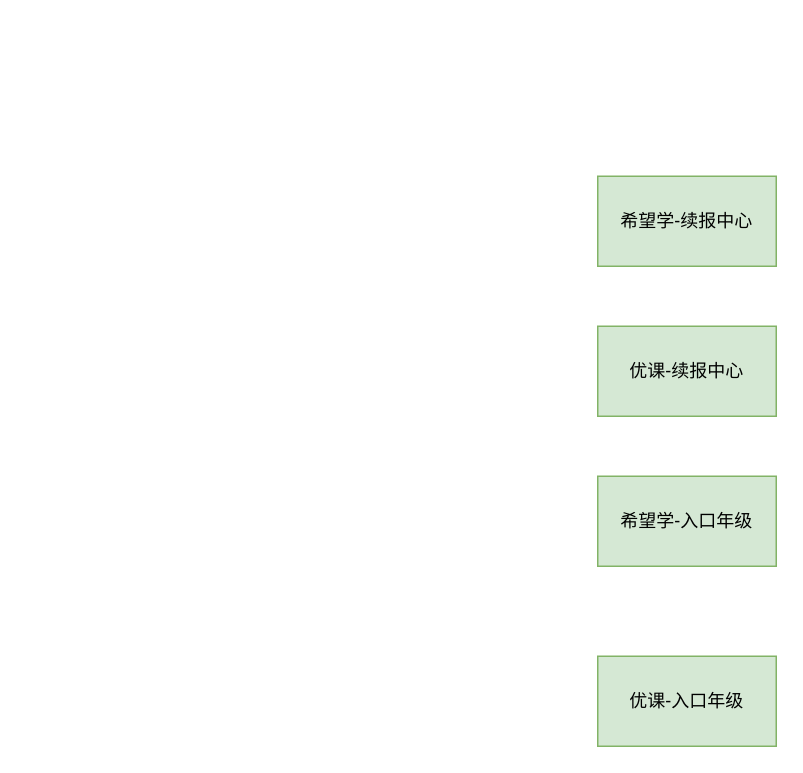
The draw.io diagram xiwang/续报链路.drawio in LanSeTianYe/draw, before the edit. Source tidied: cells renumbered, new cells numbered last; positions are measured from the earlier drawing's top-left corner, leaving out a move shared by most shapes. Both pictures are drawn from the tidied source at 150%, with x=0, y=0 at pixel (597, 176).
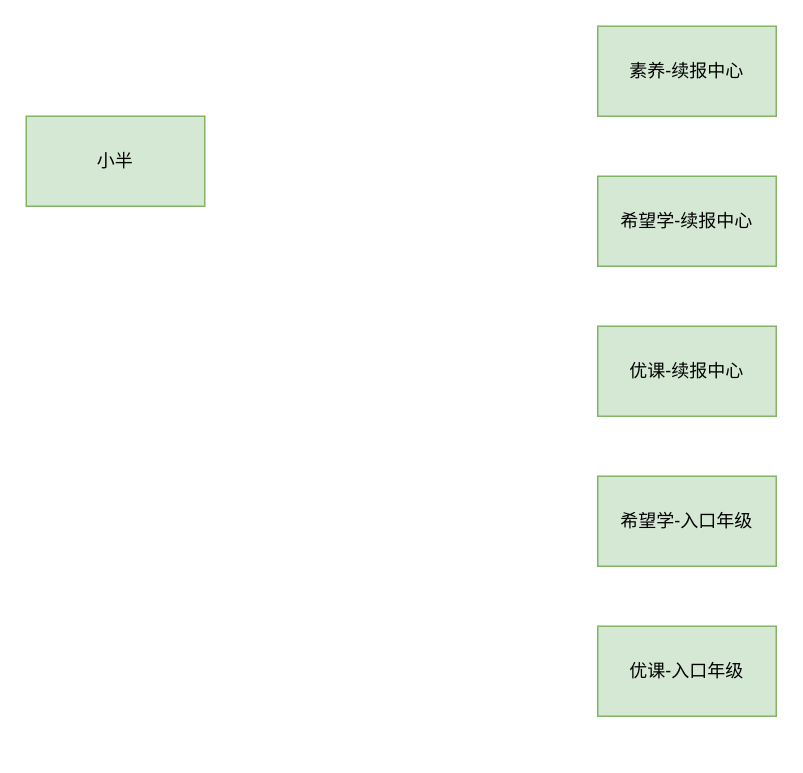
The same diagram, later.

Commit message (it also covers changes not shown here):
更新续报链路.drawio

What changed in the source:
```diff
@@
 <mxGraphModel>
   <root>
     <mxCell id="0" />
     <mxCell id="1" parent="0" />
     <mxCell id="2" value="希望学-续报中心" style="rounded=0;whiteSpace=wrap;html=1;fillColor=#d5e8d4;strokeColor=#82b366;" parent="1" vertex="1">
       <mxGeometry width="119" height="60" as="geometry" />
     </mxCell>
     <mxCell id="3" value="优课-续报中心" style="rounded=0;whiteSpace=wrap;html=1;fillColor=#d5e8d4;strokeColor=#82b366;" parent="1" vertex="1">
       <mxGeometry y="100" width="119" height="60" as="geometry" />
     </mxCell>
     <mxCell id="4" value="希望学-入口年级" style="rounded=0;whiteSpace=wrap;html=1;fillColor=#d5e8d4;strokeColor=#82b366;" parent="1" vertex="1">
       <mxGeometry y="200" width="119" height="60" as="geometry" />
     </mxCell>
     <mxCell id="5" value="优课-入口年级" style="rounded=0;whiteSpace=wrap;html=1;fillColor=#d5e8d4;strokeColor=#82b366;" parent="1" vertex="1">
-      <mxGeometry y="320" width="119" height="60" as="geometry" />
+      <mxGeometry y="300" width="119" height="60" as="geometry" />
     </mxCell>
+    <mxCell id="6" style="edgeStyle=orthogonalEdgeStyle;rounded=0;orthogonalLoop=1;jettySize=auto;html=1;exitX=0.5;exitY=1;exitDx=0;exitDy=0;" parent="1" edge="1" source="5" target="5">
+      <mxGeometry relative="1" as="geometry" />
+    </mxCell>
+    <mxCell id="7" value="小半" style="rounded=0;whiteSpace=wrap;html=1;fillColor=#d5e8d4;strokeColor=#82b366;" parent="1" vertex="1">
+      <mxGeometry x="-381" y="-40" width="119" height="60" as="geometry" />
+    </mxCell>
+    <mxCell id="8" value="素养-续报中心" style="rounded=0;whiteSpace=wrap;html=1;fillColor=#d5e8d4;strokeColor=#82b366;" parent="1" vertex="1">
+      <mxGeometry y="-100" width="119" height="60" as="geometry" />
+    </mxCell>
   </root>
 </mxGraphModel>
```
